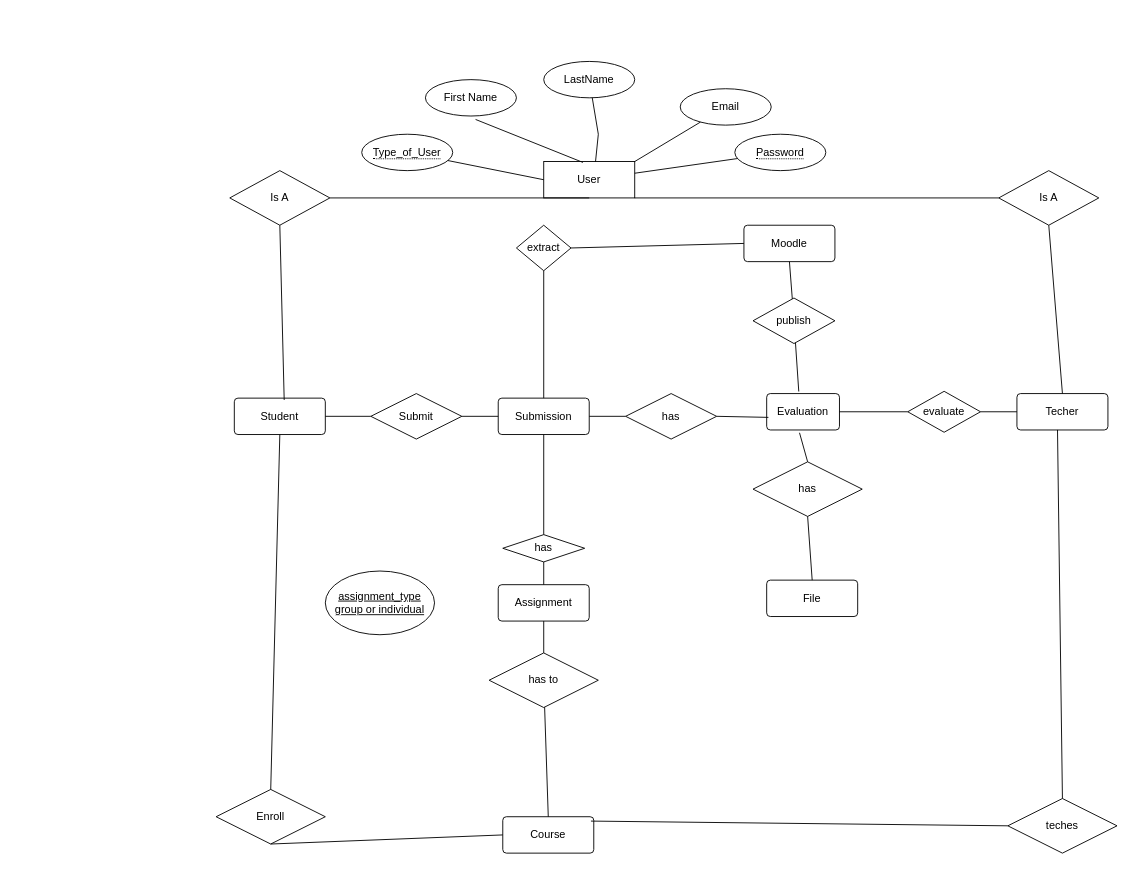
Above: Untitled Diagram.drawio in Ibrahimgabrieel/EventBookingApp (draw.io), before the change. Source tidied: cells renumbered, new cells numbered last; positions are measured from the earlier drawing's top-left corner, leaving out a move shared by most shapes. Both pictures are drawn from the tidied source at 91%, with x=0, y=0 at pixel (216, 61).
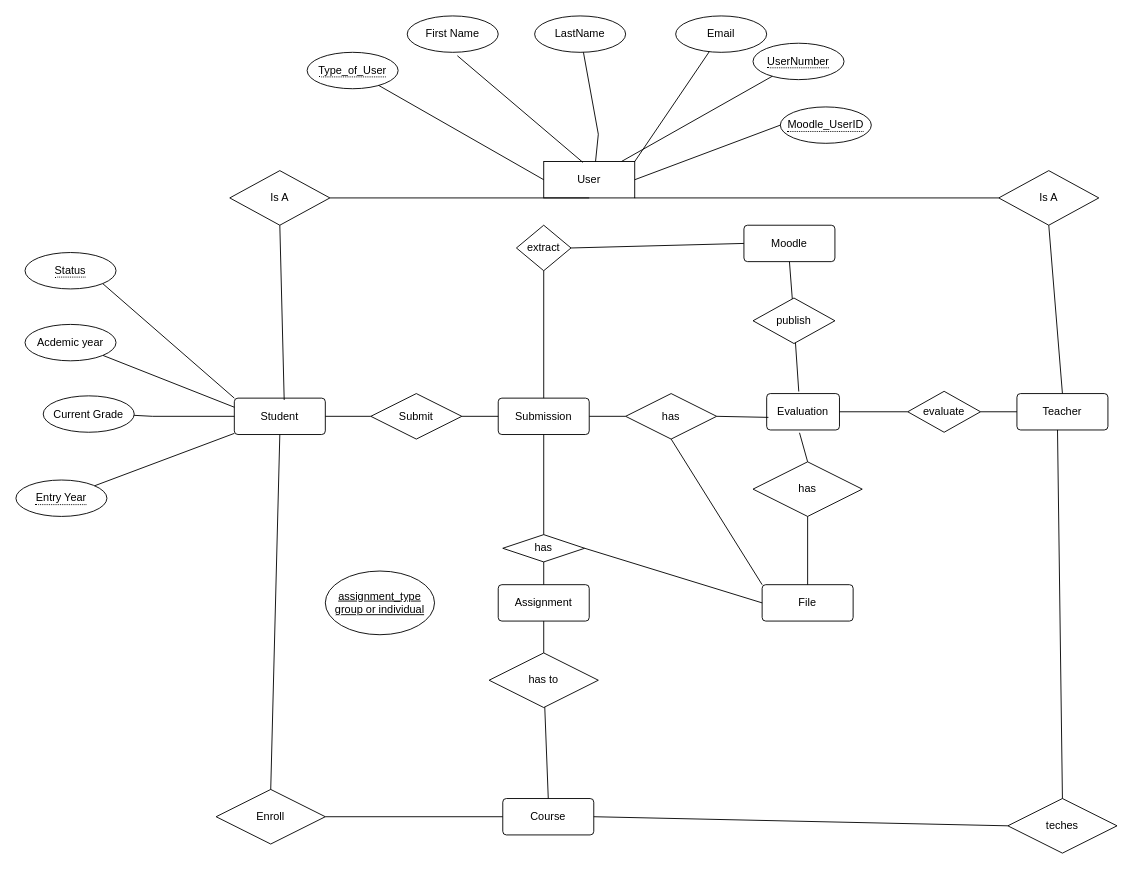
The same page after the edit.

The change refers to these unchanged cells:
```xml
<mxCell id="3" value="User" style="whiteSpace=wrap;html=1;align=center;" parent="1" vertex="1">
  <mxGeometry x="360" y="110" width="100" height="40" as="geometry" />
</mxCell>
<mxCell id="13" value="Student" style="rounded=1;arcSize=10;whiteSpace=wrap;html=1;align=center;" parent="1" vertex="1">
  <mxGeometry x="20" y="370" width="100" height="40" as="geometry" />
</mxCell>
<mxCell id="22" value="Enroll" style="shape=rhombus;perimeter=rhombusPerimeter;whiteSpace=wrap;html=1;align=center;" parent="1" vertex="1">
  <mxGeometry y="800" width="120" height="60" as="geometry" />
</mxCell>
<mxCell id="23" value="teches" style="shape=rhombus;perimeter=rhombusPerimeter;whiteSpace=wrap;html=1;align=center;" parent="1" vertex="1">
  <mxGeometry x="870" y="810" width="120" height="60" as="geometry" />
</mxCell>
<mxCell id="35" value="has" style="shape=rhombus;perimeter=rhombusPerimeter;whiteSpace=wrap;html=1;align=center;" parent="1" vertex="1">
  <mxGeometry x="315" y="520" width="90" height="30" as="geometry" />
</mxCell>
<mxCell id="36" value="has" style="shape=rhombus;perimeter=rhombusPerimeter;whiteSpace=wrap;html=1;align=center;" parent="1" vertex="1">
  <mxGeometry x="450" y="365" width="100" height="50" as="geometry" />
</mxCell>
```

What changed in the source:
```diff
@@
     <mxCell id="2" value="First Name" style="ellipse;whiteSpace=wrap;html=1;align=center;" parent="1" vertex="1">
-      <mxGeometry x="230" y="20" width="100" height="40" as="geometry" />
+      <mxGeometry x="210" y="-50" width="100" height="40" as="geometry" />
     </mxCell>
@@
     <mxCell id="5" value="LastName" style="ellipse;whiteSpace=wrap;html=1;align=center;" parent="1" vertex="1">
-      <mxGeometry x="360" width="100" height="40" as="geometry" />
+      <mxGeometry x="350" y="-50" width="100" height="40" as="geometry" />
     </mxCell>
     <mxCell id="6" value="Email" style="ellipse;whiteSpace=wrap;html=1;align=center;" parent="1" vertex="1">
-      <mxGeometry x="510" y="30" width="100" height="40" as="geometry" />
+      <mxGeometry x="505" y="-50" width="100" height="40" as="geometry" />
     </mxCell>
@@
     <mxCell id="9" value="&lt;span style=&quot;border-bottom: 1px dotted&quot;&gt;Type_of_User&lt;/span&gt;" style="ellipse;whiteSpace=wrap;html=1;align=center;" parent="1" vertex="1">
-      <mxGeometry x="160" y="80" width="100" height="40" as="geometry" />
+      <mxGeometry x="100" y="-10" width="100" height="40" as="geometry" />
     </mxCell>
@@
-    <mxCell id="11" value="&lt;span style=&quot;border-bottom: 1px dotted&quot;&gt;Password&lt;/span&gt;" style="ellipse;whiteSpace=wrap;html=1;align=center;" parent="1" vertex="1">
-      <mxGeometry x="570" y="80" width="100" height="40" as="geometry" />
+    <mxCell id="11" value="&lt;span style=&quot;border-bottom: 1px dotted&quot;&gt;UserNumber&lt;/span&gt;" style="ellipse;whiteSpace=wrap;html=1;align=center;" parent="1" vertex="1">
+      <mxGeometry x="590" y="-20" width="100" height="40" as="geometry" />
     </mxCell>
@@
-    <mxCell id="14" value="Techer" style="rounded=1;arcSize=10;whiteSpace=wrap;html=1;align=center;" parent="1" vertex="1">
+    <mxCell id="14" value="Teacher" style="rounded=1;arcSize=10;whiteSpace=wrap;html=1;align=center;" parent="1" vertex="1">
       <mxGeometry x="880" y="365" width="100" height="40" as="geometry" />
     </mxCell>
@@
     <mxCell id="16" value="Course" style="rounded=1;arcSize=10;whiteSpace=wrap;html=1;align=center;" parent="1" vertex="1">
-      <mxGeometry x="315" y="830" width="100" height="40" as="geometry" />
+      <mxGeometry x="315" y="810" width="100" height="40" as="geometry" />
     </mxCell>
@@
     <mxCell id="19" value="File" style="rounded=1;arcSize=10;whiteSpace=wrap;html=1;align=center;" parent="1" vertex="1">
-      <mxGeometry x="605" y="570" width="100" height="40" as="geometry" />
+      <mxGeometry x="600" y="575" width="100" height="40" as="geometry" />
     </mxCell>
@@
-    <mxCell id="28" style="endArrow=none;html=1;rounded=0;exitX=0.969;exitY=0.12;exitDx=0;exitDy=0;exitPerimeter=0;entryX=0;entryY=0.5;entryDx=0;entryDy=0;" parent="1" edge="1" source="16" target="23">
+    <mxCell id="28" style="endArrow=none;html=1;rounded=0;exitX=1;exitY=0.5;exitDx=0;exitDy=0;entryX=0;entryY=0.5;entryDx=0;entryDy=0;" parent="1" edge="1" source="16" target="23">
       <mxGeometry relative="1" as="geometry" />
     </mxCell>
@@
-    <mxCell id="31" style="endArrow=none;html=1;rounded=0;exitX=0;exitY=0.5;exitDx=0;exitDy=0;entryX=0.5;entryY=1;entryDx=0;entryDy=0;" parent="1" edge="1" source="16" target="22">
+    <mxCell id="31" style="endArrow=none;html=1;rounded=0;exitX=0;exitY=0.5;exitDx=0;exitDy=0;entryX=1;entryY=0.5;entryDx=0;entryDy=0;" parent="1" edge="1" source="16" target="22">
       <mxGeometry relative="1" as="geometry" />
     </mxCell>
@@
+    <mxCell id="58" value="&lt;span style=&quot;border-bottom: 1px dotted&quot;&gt;Moodle_UserID&lt;/span&gt;" style="ellipse;whiteSpace=wrap;html=1;align=center;" parent="1" vertex="1">
+      <mxGeometry x="620" y="50" width="100" height="40" as="geometry" />
+    </mxCell>
+    <mxCell id="59" style="endArrow=none;html=1;rounded=0;exitX=1;exitY=0.5;exitDx=0;exitDy=0;entryX=0;entryY=0.5;entryDx=0;entryDy=0;" parent="1" edge="1" source="3" target="58">
+      <mxGeometry relative="1" as="geometry" />
+    </mxCell>
+    <mxCell id="60" style="endArrow=none;html=1;rounded=0;exitX=0;exitY=0.5;exitDx=0;exitDy=0;entryX=1;entryY=0.5;entryDx=0;entryDy=0;" parent="1" edge="1" source="19" target="35">
+      <mxGeometry relative="1" as="geometry" />
+    </mxCell>
+    <mxCell id="61" style="endArrow=none;html=1;rounded=0;exitX=0;exitY=0;exitDx=0;exitDy=0;entryX=0.5;entryY=1;entryDx=0;entryDy=0;" parent="1" edge="1" source="19" target="36">
+      <mxGeometry relative="1" as="geometry" />
+    </mxCell>
+    <mxCell id="62" value="Current Grade" style="ellipse;whiteSpace=wrap;html=1;align=center;" parent="1" vertex="1">
+      <mxGeometry x="-190" y="367.5" width="100" height="40" as="geometry" />
+    </mxCell>
+    <mxCell id="63" value="Acdemic year" style="ellipse;whiteSpace=wrap;html=1;align=center;" parent="1" vertex="1">
+      <mxGeometry x="-210" y="289" width="100" height="40" as="geometry" />
+    </mxCell>
+    <mxCell id="64" style="endArrow=none;html=1;rounded=0;entryX=0;entryY=0.25;entryDx=0;entryDy=0;" parent="1" edge="1" source="63" target="13">
+      <mxGeometry relative="1" as="geometry" />
+    </mxCell>
+    <mxCell id="65" style="endArrow=none;html=1;rounded=0;entryX=0;entryY=0.5;entryDx=0;entryDy=0;" parent="1" edge="1" source="62" target="13">
+      <mxGeometry relative="1" as="geometry">
+        <Array as="points">
+          <mxPoint x="-70" y="390" />
+        </Array>
+      </mxGeometry>
+    </mxCell>
+    <mxCell id="66" value="&lt;span style=&quot;border-bottom: 1px dotted&quot;&gt;Status&lt;/span&gt;" style="ellipse;whiteSpace=wrap;html=1;align=center;" parent="1" vertex="1">
+      <mxGeometry x="-210" y="210" width="100" height="40" as="geometry" />
+    </mxCell>
+    <mxCell id="67" value="&lt;span style=&quot;border-bottom: 1px dotted&quot;&gt;Entry Year&lt;/span&gt;" style="ellipse;whiteSpace=wrap;html=1;align=center;" parent="1" vertex="1">
+      <mxGeometry x="-220" y="460" width="100" height="40" as="geometry" />
+    </mxCell>
+    <mxCell id="68" style="endArrow=none;html=1;rounded=0;" parent="1" edge="1" source="13" target="67">
+      <mxGeometry relative="1" as="geometry" />
+    </mxCell>
+    <mxCell id="69" style="endArrow=none;html=1;rounded=0;entryX=0;entryY=0;entryDx=0;entryDy=0;exitX=1;exitY=1;exitDx=0;exitDy=0;" parent="1" edge="1" source="66" target="13">
+      <mxGeometry relative="1" as="geometry" />
+    </mxCell>
```
